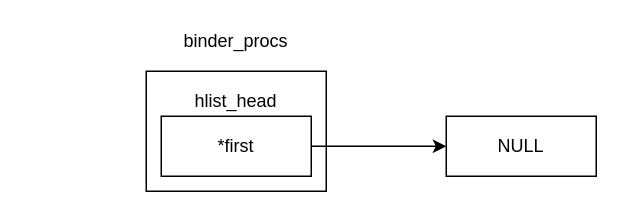
This is binder/diagram/binder_procs_hashlist.drawio from cuijpus/Android, a draw.io file, before an edit. Source tidied: cells renumbered, new cells numbered last; positions are measured from the earlier drawing's top-left corner, leaving out a move shared by most shapes. Both pictures are drawn from the tidied source at 150%, with x=0, y=0 at pixel (146, 26).
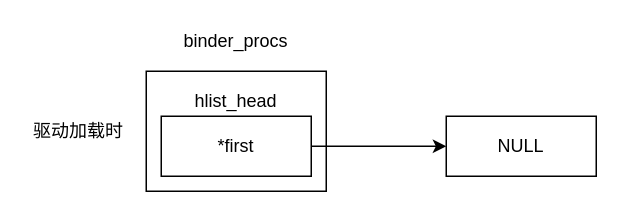
The same page after the edit.

Change to the diagram source:
```diff
@@
 <mxGraphModel>
   <root>
     <mxCell id="0" />
     <mxCell id="1" parent="0" />
     <mxCell id="2" style="rounded=0;whiteSpace=wrap;html=1;" parent="1" vertex="1">
       <mxGeometry y="30" width="120" height="80" as="geometry" />
     </mxCell>
     <mxCell id="3" style="edgeStyle=orthogonalEdgeStyle;rounded=0;jettySize=auto;html=1;exitX=1;exitY=0.5;exitDx=0;exitDy=0;" parent="1" edge="1" source="4" target="7">
       <mxGeometry relative="1" as="geometry" />
     </mxCell>
     <mxCell id="4" value="*first" style="rounded=0;whiteSpace=wrap;html=1;" parent="1" vertex="1">
       <mxGeometry x="10" y="60" width="100" height="40" as="geometry" />
     </mxCell>
     <mxCell id="5" value="binder_procs" style="text;html=1;strokeColor=none;fillColor=none;align=center;verticalAlign=middle;whiteSpace=wrap;rounded=0;" parent="1" vertex="1">
       <mxGeometry x="40" width="40" height="20" as="geometry" />
     </mxCell>
     <mxCell id="6" value="hlist_head" style="text;html=1;strokeColor=none;fillColor=none;align=center;verticalAlign=middle;whiteSpace=wrap;rounded=0;" parent="1" vertex="1">
       <mxGeometry x="40" y="40" width="40" height="20" as="geometry" />
     </mxCell>
     <mxCell id="7" value="NULL" style="rounded=0;whiteSpace=wrap;html=1;" parent="1" vertex="1">
       <mxGeometry x="200" y="60" width="100" height="40" as="geometry" />
     </mxCell>
+    <mxCell id="8" value="驱动加载时" style="text;html=1;strokeColor=none;fillColor=none;align=center;verticalAlign=middle;whiteSpace=wrap;rounded=0;" parent="1" vertex="1">
+      <mxGeometry x="-80" y="60" width="70" height="20" as="geometry" />
+    </mxCell>
   </root>
 </mxGraphModel>
```
